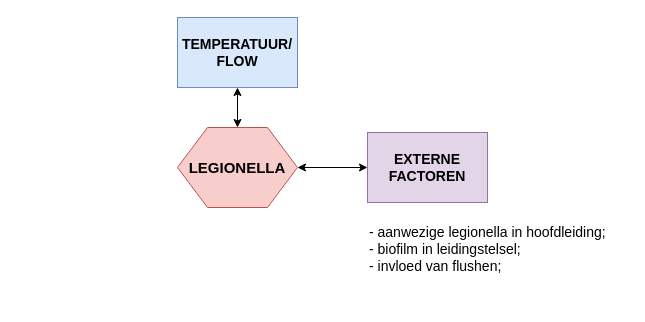
This is legionella.drawio from esquire900/team-water, a draw.io file, before an edit. Source tidied: cells renumbered, new cells numbered last; positions are measured from the earlier drawing's top-left corner, leaving out a move shared by most shapes. Both pictures are drawn from the tidied source at 100%, with x=0, y=0 at pixel (177, 17).
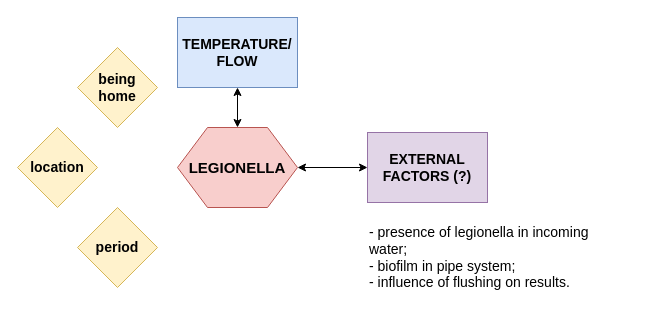
The same page after the edit.

Diff of the diagram source:
```diff
@@
 <mxGraphModel>
   <root>
     <mxCell id="0" />
     <mxCell id="1" parent="0" />
     <mxCell id="2" value="&lt;font size=&quot;1&quot;&gt;&lt;b style=&quot;font-size: 15px&quot;&gt;LEGIONELLA&lt;/b&gt;&lt;/font&gt;" style="shape=hexagon;perimeter=hexagonPerimeter2;whiteSpace=wrap;html=1;fillColor=#f8cecc;strokeColor=#b85450;" parent="1" vertex="1">
       <mxGeometry y="110" width="120" height="80" as="geometry" />
     </mxCell>
-    <mxCell id="3" value="&lt;div style=&quot;font-size: 14px;&quot;&gt;TEMPERATUUR/&lt;/div&gt;&lt;div style=&quot;font-size: 14px;&quot;&gt;FLOW&lt;br style=&quot;font-size: 14px;&quot;&gt;&lt;/div&gt;" style="rounded=0;whiteSpace=wrap;html=1;fontStyle=1;fontSize=14;fillColor=#dae8fc;strokeColor=#6c8ebf;" parent="1" vertex="1">
+    <mxCell id="3" value="&lt;div style=&quot;font-size: 14px&quot;&gt;TEMPERATURE/&lt;/div&gt;&lt;div style=&quot;font-size: 14px&quot;&gt;FLOW&lt;br style=&quot;font-size: 14px&quot;&gt;&lt;/div&gt;" style="rounded=0;whiteSpace=wrap;html=1;fontStyle=1;fontSize=14;fillColor=#dae8fc;strokeColor=#6c8ebf;" parent="1" vertex="1">
       <mxGeometry width="120" height="70" as="geometry" />
     </mxCell>
-    <mxCell id="4" value="EXTERNE FACTOREN" style="rounded=0;whiteSpace=wrap;html=1;fontStyle=1;fontSize=14;fillColor=#e1d5e7;strokeColor=#9673a6;" parent="1" vertex="1">
+    <mxCell id="4" value="EXTERNAL FACTORS (?)" style="rounded=0;whiteSpace=wrap;html=1;fontStyle=1;fontSize=14;fillColor=#e1d5e7;strokeColor=#9673a6;" parent="1" vertex="1">
       <mxGeometry x="190" y="115" width="120" height="70" as="geometry" />
     </mxCell>
-    <mxCell id="5" value="&lt;p style=&quot;line-height: 40%&quot;&gt;&lt;/p&gt;&lt;div&gt;- aanwezige legionella in hoofdleiding;&lt;br&gt;&lt;/div&gt;&lt;div&gt;- biofilm in leidingstelsel;&lt;/div&gt;&lt;div&gt;- invloed van flushen;&lt;/div&gt;&lt;div&gt;&lt;br&gt;&lt;/div&gt;&lt;p&gt;&lt;/p&gt;" style="text;html=1;strokeColor=none;fillColor=none;align=left;verticalAlign=middle;whiteSpace=wrap;rounded=0;fontSize=14;" parent="1" vertex="1">
+    <mxCell id="5" value="&lt;p style=&quot;line-height: 40%&quot;&gt;&lt;/p&gt;&lt;div&gt;- presence of legionella in incoming water;&lt;/div&gt;&lt;div&gt;- biofilm in pipe system;&lt;/div&gt;&lt;div&gt;- influence of flushing on results.&lt;br&gt;&lt;/div&gt;&lt;p&gt;&lt;/p&gt;" style="text;html=1;strokeColor=none;fillColor=none;align=left;verticalAlign=middle;whiteSpace=wrap;rounded=0;fontSize=14;" parent="1" vertex="1">
       <mxGeometry x="190" y="200" width="260" height="80" as="geometry" />
     </mxCell>
     <mxCell id="6" style="endArrow=classic;startArrow=classic;html=1;fontSize=14;entryX=0.5;entryY=1;entryDx=0;entryDy=0;exitX=0.5;exitY=0;exitDx=0;exitDy=0;" parent="1" edge="1" source="2" target="3">
       <mxGeometry relative="1" as="geometry" />
     </mxCell>
     <mxCell id="7" style="endArrow=classic;startArrow=classic;html=1;fontSize=14;entryX=0;entryY=0.5;entryDx=0;entryDy=0;exitX=1;exitY=0.5;exitDx=0;exitDy=0;" parent="1" edge="1" source="2" target="4">
       <mxGeometry relative="1" as="geometry" />
     </mxCell>
+    <mxCell id="8" value="being home" style="rhombus;whiteSpace=wrap;html=1;fillColor=#fff2cc;strokeColor=#d6b656;fontStyle=1;fontSize=14;" parent="1" vertex="1">
+      <mxGeometry x="-100" y="30" width="80" height="80" as="geometry" />
+    </mxCell>
+    <mxCell id="9" value="location" style="rhombus;whiteSpace=wrap;html=1;fontSize=14;fontStyle=1;fillColor=#fff2cc;strokeColor=#d6b656;" parent="1" vertex="1">
+      <mxGeometry x="-160" y="110" width="80" height="80" as="geometry" />
+    </mxCell>
+    <mxCell id="10" value="period" style="rhombus;whiteSpace=wrap;html=1;fillColor=#fff2cc;strokeColor=#d6b656;fontStyle=1;fontSize=14;" parent="1" vertex="1">
+      <mxGeometry x="-100" y="190" width="80" height="80" as="geometry" />
+    </mxCell>
   </root>
 </mxGraphModel>
```
